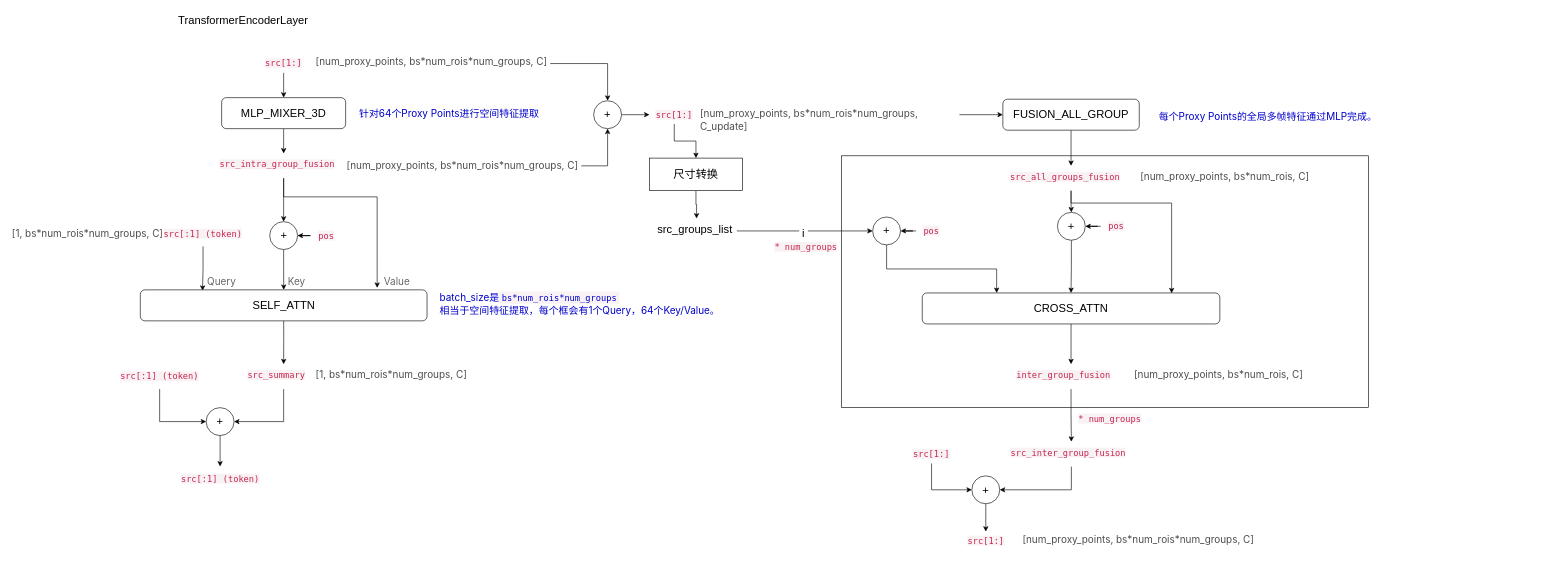
wennieWN/UML keeps this draw.io diagram as mppnet.drawio. Above is the earlier version. Source tidied: cells renumbered, new cells numbered last; positions are measured from the earlier drawing's top-left corner, leaving out a move shared by most shapes. Both pictures are drawn from the tidied source at 62%, with x=0, y=0 at pixel (11, 11).
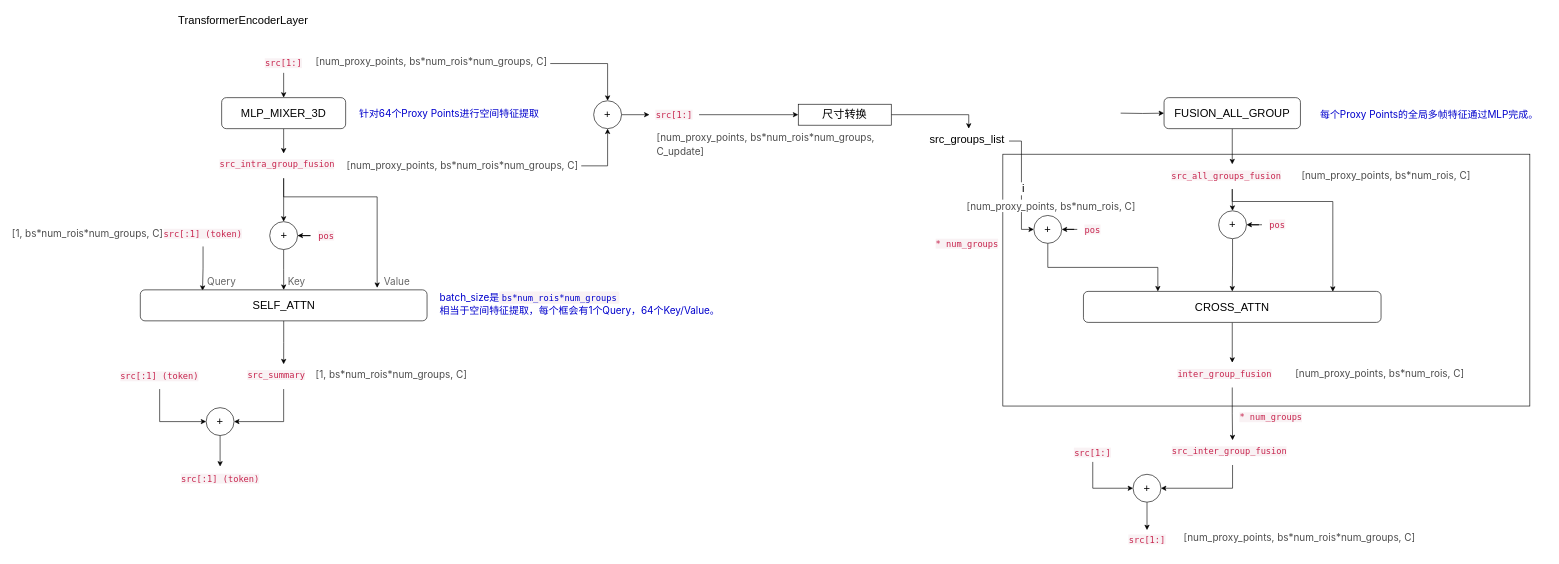
The same page after the edit.

The change refers to these unchanged cells:
```xml
<mxCell id="18" value="&lt;span style=&quot;color: rgb(199, 37, 78); font-family: &amp;quot;Source Code Pro&amp;quot;, &amp;quot;DejaVu Sans Mono&amp;quot;, &amp;quot;Ubuntu Mono&amp;quot;, &amp;quot;Anonymous Pro&amp;quot;, &amp;quot;Droid Sans Mono&amp;quot;, Menlo, Monaco, Consolas, Inconsolata, Courier, monospace, &amp;quot;PingFang SC&amp;quot;, &amp;quot;Microsoft YaHei&amp;quot;, sans-serif; font-size: 14px; font-variant-ligatures: no-common-ligatures; text-align: start; background-color: rgb(249, 242, 244);&quot;&gt;src[1:]&lt;/span&gt;" style="text;html=1;strokeColor=none;fillColor=none;align=center;verticalAlign=middle;whiteSpace=wrap;rounded=0;" parent="1" vertex="1">
  <mxGeometry x="1030" y="152.5" width="80" height="30" as="geometry" />
</mxCell>
<mxCell id="49" style="edgeStyle=orthogonalEdgeStyle;rounded=0;jettySize=auto;html=1;entryX=0;entryY=0.5;entryDx=0;entryDy=0;fontSize=18;fontColor=#000000;" parent="1" edge="1" source="51" target="53">
  <mxGeometry relative="1" as="geometry" />
</mxCell>
```

Change to the diagram source:
```diff
@@
     <mxCell id="2" style="rounded=0;whiteSpace=wrap;html=1;fontSize=18;fontColor=#000000;fillColor=none;" parent="1" vertex="1">
-      <mxGeometry x="1340" y="233.8" width="850" height="406.2" as="geometry" />
+      <mxGeometry x="1600" y="231.2" width="850" height="406.2" as="geometry" />
     </mxCell>
@@
-    <mxCell id="17" style="edgeStyle=orthogonalEdgeStyle;rounded=0;jettySize=auto;html=1;entryX=0.5;entryY=0;entryDx=0;entryDy=0;fontSize=18;fontColor=#000000;" parent="1" edge="1" source="18" target="48">
+    <mxCell id="17" style="edgeStyle=orthogonalEdgeStyle;rounded=0;jettySize=auto;html=1;entryX=0;entryY=0.5;entryDx=0;entryDy=0;fontSize=18;fontColor=#000000;" parent="1" edge="1" source="18" target="48">
       <mxGeometry relative="1" as="geometry" />
     </mxCell>
@@
-    <mxCell id="19" style="edgeStyle=orthogonalEdgeStyle;rounded=0;jettySize=auto;html=1;entryX=0;entryY=0.5;entryDx=0;entryDy=0;fontSize=18;fontColor=#0000FF;" parent="1" edge="1" source="20" target="39">
-      <mxGeometry relative="1" as="geometry" />
+    <mxCell id="19" style="edgeStyle=orthogonalEdgeStyle;rounded=0;jettySize=auto;html=1;entryX=0;entryY=0.5;entryDx=0;entryDy=0;fontSize=18;fontColor=#0000FF;" parent="1" edge="1" target="39">
+      <mxGeometry relative="1" as="geometry">
+        <mxPoint x="1790" y="165" as="sourcePoint" />
+      </mxGeometry>
     </mxCell>
     <mxCell id="20" value="&lt;span style=&quot;color: rgb(77, 77, 77); font-family: -apple-system, &amp;quot;SF UI Text&amp;quot;, Arial, &amp;quot;PingFang SC&amp;quot;, &amp;quot;Hiragino Sans GB&amp;quot;, &amp;quot;Microsoft YaHei&amp;quot;, &amp;quot;WenQuanYi Micro Hei&amp;quot;, sans-serif; font-size: 16px; font-style: normal; font-variant-ligatures: no-common-ligatures; font-variant-caps: normal; font-weight: 400; letter-spacing: normal; orphans: 2; text-align: start; text-indent: 0px; text-transform: none; widows: 2; word-spacing: 0px; -webkit-text-stroke-width: 0px; background-color: rgb(255, 255, 255); text-decoration-thickness: initial; text-decoration-style: initial; text-decoration-color: initial; float: none; display: inline !important;&quot;&gt;[num_proxy_points, bs*num_rois*num_groups, C_update]&lt;/span&gt;" style="text;whiteSpace=wrap;html=1;fontSize=18;" parent="1" vertex="1">
-      <mxGeometry x="1110" y="147.5" width="420" height="40" as="geometry" />
+      <mxGeometry x="1040" y="187.5" width="420" height="40" as="geometry" />
     </mxCell>
@@
     <mxCell id="39" value="FUSION_ALL_GROUP" style="rounded=1;whiteSpace=wrap;html=1;fontSize=18;" parent="1" vertex="1">
-      <mxGeometry x="1600" y="142.5" width="220" height="50" as="geometry" />
+      <mxGeometry x="1860" y="140" width="220" height="50" as="geometry" />
     </mxCell>
@@
     <mxCell id="41" style="edgeStyle=orthogonalEdgeStyle;rounded=0;jettySize=auto;html=1;entryX=0.838;entryY=0.01;entryDx=0;entryDy=0;entryPerimeter=0;fontSize=18;fontColor=#000000;" parent="1" edge="1" source="42" target="46">
       <mxGeometry relative="1" as="geometry">
         <Array as="points">
-          <mxPoint x="1710" y="310" />
-          <mxPoint x="1872" y="310" />
+          <mxPoint x="1970" y="307.5" />
+          <mxPoint x="2132" y="307.5" />
         </Array>
       </mxGeometry>
     </mxCell>
     <mxCell id="42" value="&lt;span style=&quot;color: rgb(199, 37, 78); font-family: &amp;quot;Source Code Pro&amp;quot;, &amp;quot;DejaVu Sans Mono&amp;quot;, &amp;quot;Ubuntu Mono&amp;quot;, &amp;quot;Anonymous Pro&amp;quot;, &amp;quot;Droid Sans Mono&amp;quot;, Menlo, Monaco, Consolas, Inconsolata, Courier, monospace, &amp;quot;PingFang SC&amp;quot;, &amp;quot;Microsoft YaHei&amp;quot;, sans-serif; font-size: 14px; font-style: normal; font-variant-ligatures: no-common-ligatures; font-variant-caps: normal; font-weight: 400; letter-spacing: normal; orphans: 2; text-align: start; text-indent: 0px; text-transform: none; widows: 2; word-spacing: 0px; -webkit-text-stroke-width: 0px; background-color: rgb(249, 242, 244); text-decoration-thickness: initial; text-decoration-style: initial; text-decoration-color: initial; float: none; display: inline !important;&quot;&gt;src_all_groups_fusion&lt;/span&gt;" style="text;whiteSpace=wrap;html=1;fontSize=18;fontColor=#0000FF;" parent="1" vertex="1">
-      <mxGeometry x="1610" y="250" width="200" height="40" as="geometry" />
+      <mxGeometry x="1870" y="247.5" width="200" height="40" as="geometry" />
     </mxCell>
     <mxCell id="43" value="&lt;span style=&quot;color: rgb(77, 77, 77); font-family: -apple-system, &amp;quot;SF UI Text&amp;quot;, Arial, &amp;quot;PingFang SC&amp;quot;, &amp;quot;Hiragino Sans GB&amp;quot;, &amp;quot;Microsoft YaHei&amp;quot;, &amp;quot;WenQuanYi Micro Hei&amp;quot;, sans-serif; font-size: 16px; font-style: normal; font-variant-ligatures: no-common-ligatures; font-variant-caps: normal; font-weight: 400; letter-spacing: normal; orphans: 2; text-align: start; text-indent: 0px; text-transform: none; widows: 2; word-spacing: 0px; -webkit-text-stroke-width: 0px; background-color: rgb(255, 255, 255); text-decoration-thickness: initial; text-decoration-style: initial; text-decoration-color: initial; float: none; display: inline !important;&quot;&gt;[num_proxy_points, bs*num_rois, C]&lt;/span&gt;" style="text;whiteSpace=wrap;html=1;fontSize=18;fontColor=#0000FF;" parent="1" vertex="1">
-      <mxGeometry x="1820" y="250" width="280" height="40" as="geometry" />
+      <mxGeometry x="2080" y="247.5" width="280" height="40" as="geometry" />
     </mxCell>
     <mxCell id="44" value="&lt;span style=&quot;font-family: -apple-system, &amp;quot;SF UI Text&amp;quot;, Arial, &amp;quot;PingFang SC&amp;quot;, &amp;quot;Hiragino Sans GB&amp;quot;, &amp;quot;Microsoft YaHei&amp;quot;, &amp;quot;WenQuanYi Micro Hei&amp;quot;, sans-serif; font-size: 16px; font-style: normal; font-variant-ligatures: no-common-ligatures; font-variant-caps: normal; font-weight: 400; letter-spacing: normal; orphans: 2; text-align: start; text-indent: 0px; text-transform: none; widows: 2; word-spacing: 0px; -webkit-text-stroke-width: 0px; background-color: rgb(255, 255, 255); text-decoration-thickness: initial; text-decoration-style: initial; text-decoration-color: initial; float: none; display: inline !important;&quot;&gt;每个Proxy Points的全局多帧特征通过MLP完成。&lt;/span&gt;" style="text;whiteSpace=wrap;html=1;fontSize=18;fontColor=#0000CC;" parent="1" vertex="1">
-      <mxGeometry x="1850" y="152.5" width="370" height="40" as="geometry" />
+      <mxGeometry x="2110" y="150" width="370" height="40" as="geometry" />
     </mxCell>
@@
     <mxCell id="46" value="CROSS_ATTN" style="rounded=1;whiteSpace=wrap;html=1;fontSize=18;" parent="1" vertex="1">
-      <mxGeometry x="1470" y="455" width="480" height="50" as="geometry" />
+      <mxGeometry x="1730" y="452.5" width="480" height="50" as="geometry" />
     </mxCell>
@@
     <mxCell id="48" value="&lt;font color=&quot;#000000&quot;&gt;尺寸转换&lt;/font&gt;" style="rounded=0;whiteSpace=wrap;html=1;fontSize=18;fontColor=#0000CC;" parent="1" vertex="1">
-      <mxGeometry x="1030" y="237.5" width="150" height="52.5" as="geometry" />
+      <mxGeometry x="1270" y="150.6" width="150" height="33.8" as="geometry" />
     </mxCell>
@@
     <mxCell id="50" value="&amp;nbsp;i&amp;nbsp;" style="edgeLabel;html=1;align=center;verticalAlign=middle;fontSize=18;fontColor=#000000;" parent="49" vertex="1">
-      <mxGeometry x="-0.03" y="-4" relative="1" as="geometry" />
+      <mxGeometry x="0.05" y="2" relative="1" as="geometry" />
     </mxCell>
     <mxCell id="51" value="src_groups_list" style="text;whiteSpace=wrap;html=1;fontSize=18;fontColor=#000000;" parent="1" vertex="1">
-      <mxGeometry x="1041" y="335" width="130" height="40" as="geometry" />
+      <mxGeometry x="1480" y="190" width="130" height="40" as="geometry" />
     </mxCell>
@@
     <mxCell id="53" value="+" style="ellipse;whiteSpace=wrap;html=1;fontSize=18;" parent="1" vertex="1">
-      <mxGeometry x="1390" y="332.5" width="45" height="45" as="geometry" />
+      <mxGeometry x="1650" y="330" width="45" height="45" as="geometry" />
     </mxCell>
@@
     <mxCell id="55" value="&lt;span style=&quot;color: rgb(199, 37, 78); font-family: &amp;quot;Source Code Pro&amp;quot;, &amp;quot;DejaVu Sans Mono&amp;quot;, &amp;quot;Ubuntu Mono&amp;quot;, &amp;quot;Anonymous Pro&amp;quot;, &amp;quot;Droid Sans Mono&amp;quot;, Menlo, Monaco, Consolas, Inconsolata, Courier, monospace, &amp;quot;PingFang SC&amp;quot;, &amp;quot;Microsoft YaHei&amp;quot;, sans-serif; font-size: 14px; font-variant-ligatures: no-common-ligatures; text-align: start; background-color: rgb(249, 242, 244);&quot;&gt;pos&lt;/span&gt;" style="text;html=1;strokeColor=none;fillColor=none;align=center;verticalAlign=middle;whiteSpace=wrap;rounded=0;" parent="1" vertex="1">
-      <mxGeometry x="1460" y="340" width="50" height="30" as="geometry" />
+      <mxGeometry x="1720" y="337.5" width="50" height="30" as="geometry" />
     </mxCell>
@@
     <mxCell id="57" value="+" style="ellipse;whiteSpace=wrap;html=1;fontSize=18;" parent="1" vertex="1">
-      <mxGeometry x="1688" y="325" width="45" height="45" as="geometry" />
+      <mxGeometry x="1948" y="322.5" width="45" height="45" as="geometry" />
     </mxCell>
@@
     <mxCell id="59" value="&lt;span style=&quot;color: rgb(199, 37, 78); font-family: &amp;quot;Source Code Pro&amp;quot;, &amp;quot;DejaVu Sans Mono&amp;quot;, &amp;quot;Ubuntu Mono&amp;quot;, &amp;quot;Anonymous Pro&amp;quot;, &amp;quot;Droid Sans Mono&amp;quot;, Menlo, Monaco, Consolas, Inconsolata, Courier, monospace, &amp;quot;PingFang SC&amp;quot;, &amp;quot;Microsoft YaHei&amp;quot;, sans-serif; font-size: 14px; font-variant-ligatures: no-common-ligatures; text-align: start; background-color: rgb(249, 242, 244);&quot;&gt;pos&lt;/span&gt;" style="text;html=1;strokeColor=none;fillColor=none;align=center;verticalAlign=middle;whiteSpace=wrap;rounded=0;" parent="1" vertex="1">
-      <mxGeometry x="1758" y="332.5" width="50" height="30" as="geometry" />
+      <mxGeometry x="2018" y="330" width="50" height="30" as="geometry" />
     </mxCell>
@@
     <mxCell id="61" value="&lt;span style=&quot;color: rgb(199, 37, 78); font-family: &amp;quot;Source Code Pro&amp;quot;, &amp;quot;DejaVu Sans Mono&amp;quot;, &amp;quot;Ubuntu Mono&amp;quot;, &amp;quot;Anonymous Pro&amp;quot;, &amp;quot;Droid Sans Mono&amp;quot;, Menlo, Monaco, Consolas, Inconsolata, Courier, monospace, &amp;quot;PingFang SC&amp;quot;, &amp;quot;Microsoft YaHei&amp;quot;, sans-serif; font-size: 14px; font-style: normal; font-variant-ligatures: no-common-ligatures; font-variant-caps: normal; font-weight: 400; letter-spacing: normal; orphans: 2; text-align: start; text-indent: 0px; text-transform: none; widows: 2; word-spacing: 0px; -webkit-text-stroke-width: 0px; background-color: rgb(249, 242, 244); text-decoration-thickness: initial; text-decoration-style: initial; text-decoration-color: initial; float: none; display: inline !important;&quot;&gt;inter_group_fusion&lt;/span&gt;" style="text;whiteSpace=wrap;html=1;fontSize=18;fontColor=#000000;" parent="1" vertex="1">
-      <mxGeometry x="1620" y="570" width="180" height="40" as="geometry" />
+      <mxGeometry x="1880" y="567.5" width="180" height="40" as="geometry" />
     </mxCell>
     <mxCell id="62" value="&lt;span style=&quot;color: rgb(77, 77, 77); font-family: -apple-system, &amp;quot;SF UI Text&amp;quot;, Arial, &amp;quot;PingFang SC&amp;quot;, &amp;quot;Hiragino Sans GB&amp;quot;, &amp;quot;Microsoft YaHei&amp;quot;, &amp;quot;WenQuanYi Micro Hei&amp;quot;, sans-serif; font-size: 16px; font-style: normal; font-variant-ligatures: no-common-ligatures; font-variant-caps: normal; font-weight: 400; letter-spacing: normal; orphans: 2; text-align: start; text-indent: 0px; text-transform: none; widows: 2; word-spacing: 0px; -webkit-text-stroke-width: 0px; background-color: rgb(255, 255, 255); text-decoration-thickness: initial; text-decoration-style: initial; text-decoration-color: initial; float: none; display: inline !important;&quot;&gt;[num_proxy_points, bs*num_rois, C]&lt;/span&gt;" style="text;whiteSpace=wrap;html=1;fontSize=18;fontColor=#000000;" parent="1" vertex="1">
-      <mxGeometry x="1810" y="570" width="280" height="40" as="geometry" />
+      <mxGeometry x="2070" y="567.5" width="280" height="40" as="geometry" />
     </mxCell>
     <mxCell id="63" value="&lt;span style=&quot;color: rgb(199, 37, 78); font-family: &amp;quot;Source Code Pro&amp;quot;, &amp;quot;DejaVu Sans Mono&amp;quot;, &amp;quot;Ubuntu Mono&amp;quot;, &amp;quot;Anonymous Pro&amp;quot;, &amp;quot;Droid Sans Mono&amp;quot;, Menlo, Monaco, Consolas, Inconsolata, Courier, monospace, &amp;quot;PingFang SC&amp;quot;, &amp;quot;Microsoft YaHei&amp;quot;, sans-serif; font-size: 14px; font-style: normal; font-variant-ligatures: no-common-ligatures; font-variant-caps: normal; font-weight: 400; letter-spacing: normal; orphans: 2; text-align: start; text-indent: 0px; text-transform: none; widows: 2; word-spacing: 0px; -webkit-text-stroke-width: 0px; background-color: rgb(249, 242, 244); text-decoration-thickness: initial; text-decoration-style: initial; text-decoration-color: initial; float: none; display: inline !important;&quot;&gt;* num_groups&lt;/span&gt;" style="text;whiteSpace=wrap;html=1;fontSize=18;fontColor=#000000;" parent="1" vertex="1">
-      <mxGeometry x="1230" y="362.5" width="110" height="40" as="geometry" />
+      <mxGeometry x="1490" y="357.5" width="110" height="40" as="geometry" />
     </mxCell>
@@
     <mxCell id="65" value="&lt;span style=&quot;color: rgb(199, 37, 78); font-family: &amp;quot;Source Code Pro&amp;quot;, &amp;quot;DejaVu Sans Mono&amp;quot;, &amp;quot;Ubuntu Mono&amp;quot;, &amp;quot;Anonymous Pro&amp;quot;, &amp;quot;Droid Sans Mono&amp;quot;, Menlo, Monaco, Consolas, Inconsolata, Courier, monospace, &amp;quot;PingFang SC&amp;quot;, &amp;quot;Microsoft YaHei&amp;quot;, sans-serif; font-size: 14px; font-style: normal; font-variant-ligatures: no-common-ligatures; font-variant-caps: normal; font-weight: 400; letter-spacing: normal; orphans: 2; text-align: start; text-indent: 0px; text-transform: none; widows: 2; word-spacing: 0px; -webkit-text-stroke-width: 0px; background-color: rgb(249, 242, 244); text-decoration-thickness: initial; text-decoration-style: initial; text-decoration-color: initial; float: none; display: inline !important;&quot;&gt;src_inter_group_fusion&lt;/span&gt;" style="text;whiteSpace=wrap;html=1;fontSize=18;fontColor=#000000;" parent="1" vertex="1">
-      <mxGeometry x="1610.5" y="695" width="200" height="40" as="geometry" />
+      <mxGeometry x="1870.5" y="692.5" width="200" height="40" as="geometry" />
     </mxCell>
     <mxCell id="66" value="&lt;span style=&quot;color: rgb(199, 37, 78); font-family: &amp;quot;Source Code Pro&amp;quot;, &amp;quot;DejaVu Sans Mono&amp;quot;, &amp;quot;Ubuntu Mono&amp;quot;, &amp;quot;Anonymous Pro&amp;quot;, &amp;quot;Droid Sans Mono&amp;quot;, Menlo, Monaco, Consolas, Inconsolata, Courier, monospace, &amp;quot;PingFang SC&amp;quot;, &amp;quot;Microsoft YaHei&amp;quot;, sans-serif; font-size: 14px; font-style: normal; font-variant-ligatures: no-common-ligatures; font-variant-caps: normal; font-weight: 400; letter-spacing: normal; orphans: 2; text-align: start; text-indent: 0px; text-transform: none; widows: 2; word-spacing: 0px; -webkit-text-stroke-width: 0px; background-color: rgb(249, 242, 244); text-decoration-thickness: initial; text-decoration-style: initial; text-decoration-color: initial; float: none; display: inline !important;&quot;&gt;* num_groups&lt;/span&gt;" style="text;whiteSpace=wrap;html=1;fontSize=18;fontColor=#000000;" parent="1" vertex="1">
-      <mxGeometry x="1720" y="640" width="110" height="40" as="geometry" />
+      <mxGeometry x="1980" y="637.5" width="110" height="40" as="geometry" />
     </mxCell>
@@
     <mxCell id="68" value="&lt;span style=&quot;color: rgb(199, 37, 78); font-family: &amp;quot;Source Code Pro&amp;quot;, &amp;quot;DejaVu Sans Mono&amp;quot;, &amp;quot;Ubuntu Mono&amp;quot;, &amp;quot;Anonymous Pro&amp;quot;, &amp;quot;Droid Sans Mono&amp;quot;, Menlo, Monaco, Consolas, Inconsolata, Courier, monospace, &amp;quot;PingFang SC&amp;quot;, &amp;quot;Microsoft YaHei&amp;quot;, sans-serif; font-size: 14px; font-variant-ligatures: no-common-ligatures; text-align: start; background-color: rgb(249, 242, 244);&quot;&gt;src[1:]&lt;/span&gt;" style="text;html=1;strokeColor=none;fillColor=none;align=center;verticalAlign=middle;whiteSpace=wrap;rounded=0;" parent="1" vertex="1">
-      <mxGeometry x="1420" y="700" width="130" height="30" as="geometry" />
+      <mxGeometry x="1680" y="697.5" width="130" height="30" as="geometry" />
     </mxCell>
@@
     <mxCell id="70" value="+" style="ellipse;whiteSpace=wrap;html=1;fontSize=18;" parent="1" vertex="1">
-      <mxGeometry x="1550" y="750" width="45" height="45" as="geometry" />
+      <mxGeometry x="1810" y="747.5" width="45" height="45" as="geometry" />
     </mxCell>
     <mxCell id="71" value="&lt;span style=&quot;color: rgb(199, 37, 78); font-family: &amp;quot;Source Code Pro&amp;quot;, &amp;quot;DejaVu Sans Mono&amp;quot;, &amp;quot;Ubuntu Mono&amp;quot;, &amp;quot;Anonymous Pro&amp;quot;, &amp;quot;Droid Sans Mono&amp;quot;, Menlo, Monaco, Consolas, Inconsolata, Courier, monospace, &amp;quot;PingFang SC&amp;quot;, &amp;quot;Microsoft YaHei&amp;quot;, sans-serif; font-size: 14px; font-variant-ligatures: no-common-ligatures; text-align: start; background-color: rgb(249, 242, 244);&quot;&gt;src[1:]&lt;/span&gt;" style="text;html=1;strokeColor=none;fillColor=none;align=center;verticalAlign=middle;whiteSpace=wrap;rounded=0;" parent="1" vertex="1">
-      <mxGeometry x="1507.5" y="840" width="130" height="30" as="geometry" />
+      <mxGeometry x="1767.5" y="837.5" width="130" height="30" as="geometry" />
     </mxCell>
     <mxCell id="72" value="&lt;span style=&quot;color: rgb(77, 77, 77); font-family: -apple-system, &amp;quot;SF UI Text&amp;quot;, Arial, &amp;quot;PingFang SC&amp;quot;, &amp;quot;Hiragino Sans GB&amp;quot;, &amp;quot;Microsoft YaHei&amp;quot;, &amp;quot;WenQuanYi Micro Hei&amp;quot;, sans-serif; font-size: 16px; font-style: normal; font-variant-ligatures: no-common-ligatures; font-variant-caps: normal; font-weight: 400; letter-spacing: normal; orphans: 2; text-align: start; text-indent: 0px; text-transform: none; widows: 2; word-spacing: 0px; -webkit-text-stroke-width: 0px; background-color: rgb(255, 255, 255); text-decoration-thickness: initial; text-decoration-style: initial; text-decoration-color: initial; float: none; display: inline !important;&quot;&gt;[num_proxy_points, bs*num_rois*num_groups, C]&lt;/span&gt;" style="text;whiteSpace=wrap;html=1;fontSize=18;fontColor=#000000;" parent="1" vertex="1">
-      <mxGeometry x="1630" y="835" width="380" height="40" as="geometry" />
+      <mxGeometry x="1890" y="832.5" width="380" height="40" as="geometry" />
     </mxCell>
@@
+    <mxCell id="78" value="&lt;span style=&quot;color: rgb(77, 77, 77); font-family: -apple-system, &amp;quot;SF UI Text&amp;quot;, Arial, &amp;quot;PingFang SC&amp;quot;, &amp;quot;Hiragino Sans GB&amp;quot;, &amp;quot;Microsoft YaHei&amp;quot;, &amp;quot;WenQuanYi Micro Hei&amp;quot;, sans-serif; font-size: 16px; font-style: normal; font-variant-ligatures: no-common-ligatures; font-variant-caps: normal; font-weight: 400; letter-spacing: normal; orphans: 2; text-align: start; text-indent: 0px; text-transform: none; widows: 2; word-spacing: 0px; -webkit-text-stroke-width: 0px; background-color: rgb(255, 255, 255); text-decoration-thickness: initial; text-decoration-style: initial; text-decoration-color: initial; float: none; display: inline !important;&quot;&gt;[num_proxy_points, bs*num_rois, C]&lt;/span&gt;" style="text;whiteSpace=wrap;html=1;fontSize=18;fontColor=#0000FF;" parent="1" vertex="1">
+      <mxGeometry x="1540" y="297.5" width="280" height="40" as="geometry" />
+    </mxCell>
```
